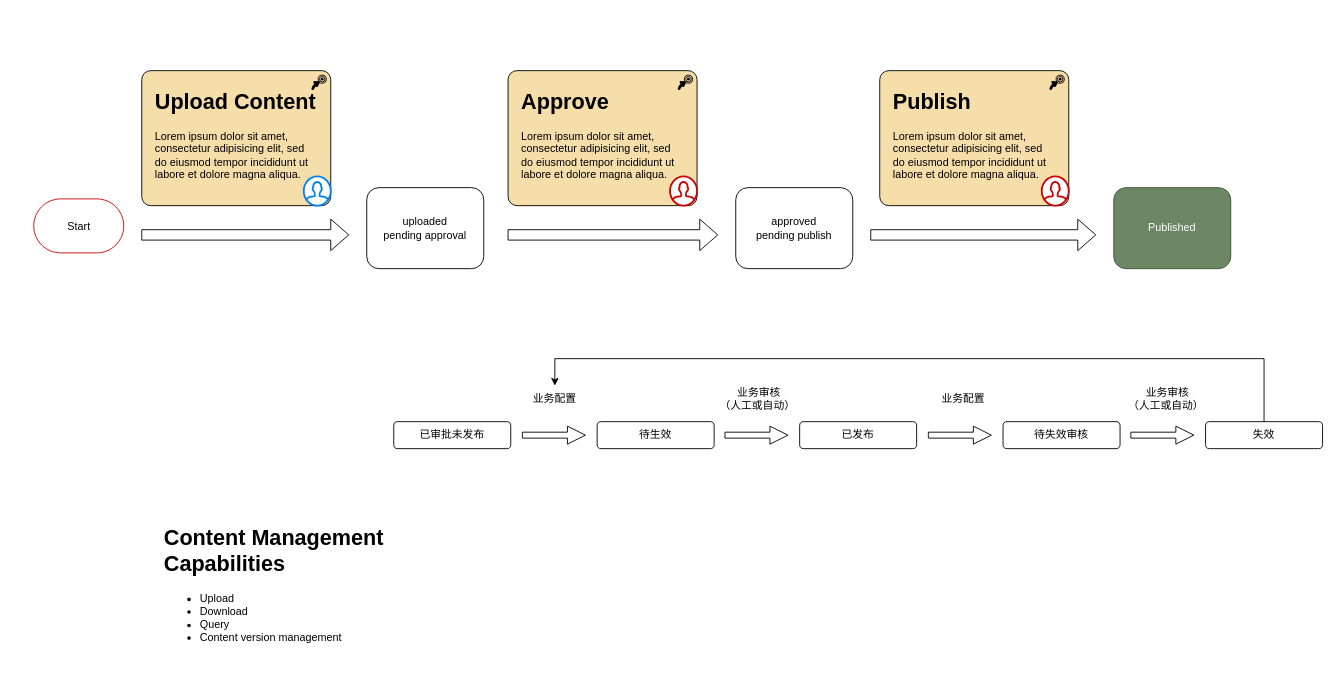
Above: page "Uploading Flow" (2 of 2) of Mid Layer Platform Content Business Flow.drawio in sotheair/designs (draw.io), before the change. Source tidied: cells renumbered, new cells numbered last; positions are measured from the earlier drawing's top-left corner, leaving out a move shared by most shapes. Both pictures are drawn from the tidied source at 90%, with x=0, y=0 at pixel (33, 70).
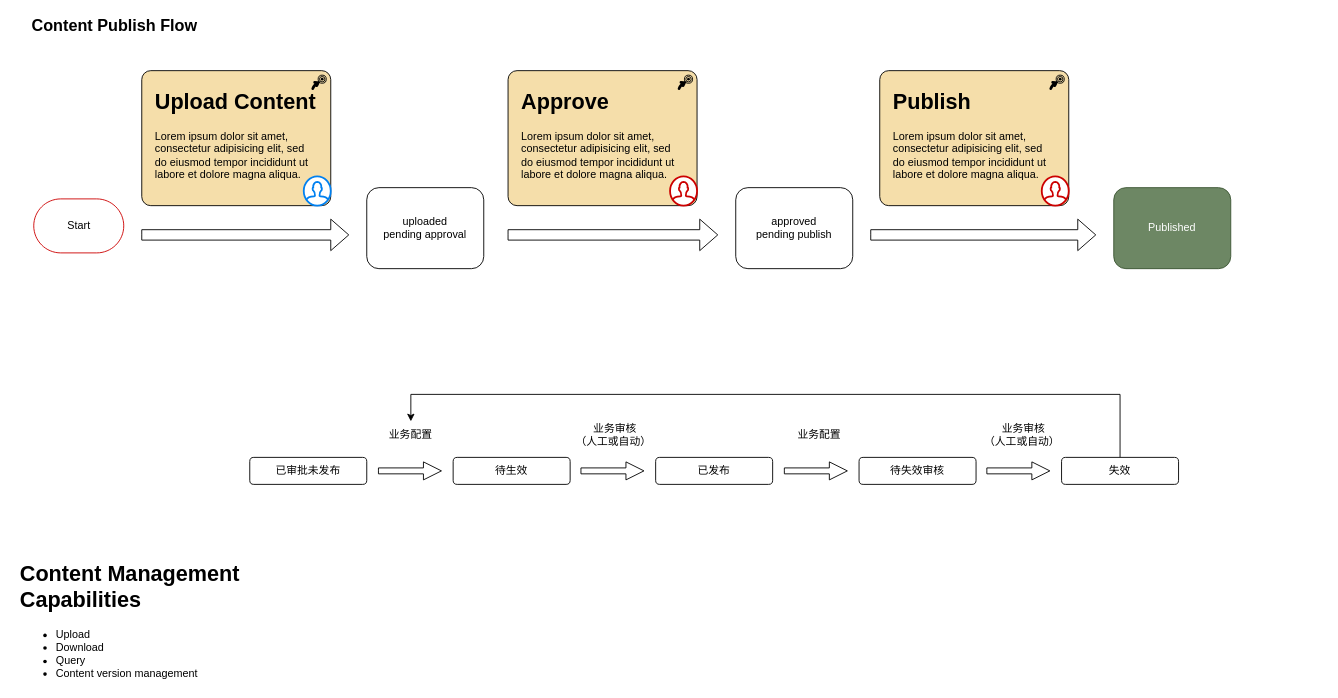
The same page after the edit.

What changed in the source:
```diff
@@
     <mxCell id="4" value="已审批未发布" style="rounded=1;whiteSpace=wrap;html=1;" parent="1" vertex="1">
-      <mxGeometry x="400" y="390" width="130" height="30" as="geometry" />
+      <mxGeometry x="240" y="429.7" width="130" height="30" as="geometry" />
     </mxCell>
@@
     <mxCell id="6" value="已发布" style="rounded=1;whiteSpace=wrap;html=1;" parent="1" vertex="1">
-      <mxGeometry x="851" y="390" width="130" height="30" as="geometry" />
+      <mxGeometry x="691" y="429.7" width="130" height="30" as="geometry" />
     </mxCell>
     <mxCell id="7" value="业务配置" style="text;html=1;strokeColor=none;fillColor=none;align=center;verticalAlign=middle;whiteSpace=wrap;rounded=0;" parent="1" vertex="1">
-      <mxGeometry x="534" y="350" width="90" height="30" as="geometry" />
+      <mxGeometry x="374" y="389.7" width="90" height="30" as="geometry" />
     </mxCell>
     <mxCell id="8" style="html=1;shadow=0;dashed=0;align=center;verticalAlign=middle;shape=mxgraph.arrows2.arrow;dy=0.67;dx=20;notch=0;" parent="1" vertex="1">
-      <mxGeometry x="543" y="395" width="70" height="20" as="geometry" />
+      <mxGeometry x="383" y="434.7" width="70" height="20" as="geometry" />
     </mxCell>
     <mxCell id="9" value="待生效" style="rounded=1;whiteSpace=wrap;html=1;" parent="1" vertex="1">
-      <mxGeometry x="626" y="390" width="130" height="30" as="geometry" />
+      <mxGeometry x="466" y="429.7" width="130" height="30" as="geometry" />
     </mxCell>
     <mxCell id="10" style="html=1;shadow=0;dashed=0;align=center;verticalAlign=middle;shape=mxgraph.arrows2.arrow;dy=0.67;dx=20;notch=0;" parent="1" vertex="1">
-      <mxGeometry x="768" y="395" width="70" height="20" as="geometry" />
+      <mxGeometry x="608" y="434.7" width="70" height="20" as="geometry" />
     </mxCell>
     <mxCell id="11" value="业务审核&lt;br&gt;（人工或自动）&amp;nbsp;" style="text;html=1;strokeColor=none;fillColor=none;align=center;verticalAlign=middle;whiteSpace=wrap;rounded=0;" parent="1" vertex="1">
-      <mxGeometry x="755" y="350" width="102" height="30" as="geometry" />
+      <mxGeometry x="595" y="389.7" width="102" height="30" as="geometry" />
     </mxCell>
     <mxCell id="12" style="edgeStyle=orthogonalEdgeStyle;rounded=0;jettySize=auto;html=1;exitX=0.5;exitY=0;exitDx=0;exitDy=0;entryX=0.5;entryY=0;entryDx=0;entryDy=0;" parent="1" edge="1" source="13" target="7">
       <mxGeometry relative="1" as="geometry">
         <Array as="points">
-          <mxPoint x="1367" y="320" />
-          <mxPoint x="579" y="320" />
+          <mxPoint x="1207" y="359.7" />
+          <mxPoint x="419" y="359.7" />
         </Array>
       </mxGeometry>
     </mxCell>
     <mxCell id="13" value="失效" style="rounded=1;whiteSpace=wrap;html=1;" parent="1" vertex="1">
-      <mxGeometry x="1302" y="390" width="130" height="30" as="geometry" />
+      <mxGeometry x="1142" y="429.7" width="130" height="30" as="geometry" />
     </mxCell>
     <mxCell id="14" style="html=1;shadow=0;dashed=0;align=center;verticalAlign=middle;shape=mxgraph.arrows2.arrow;dy=0.67;dx=20;notch=0;" parent="1" vertex="1">
-      <mxGeometry x="994" y="395" width="70" height="20" as="geometry" />
+      <mxGeometry x="834" y="434.7" width="70" height="20" as="geometry" />
     </mxCell>
     <mxCell id="15" value="业务配置" style="text;html=1;strokeColor=none;fillColor=none;align=center;verticalAlign=middle;whiteSpace=wrap;rounded=0;" parent="1" vertex="1">
-      <mxGeometry x="982" y="350" width="102" height="30" as="geometry" />
+      <mxGeometry x="822" y="389.7" width="102" height="30" as="geometry" />
     </mxCell>
     <mxCell id="16" style="html=1;shadow=0;dashed=0;align=center;verticalAlign=middle;shape=mxgraph.arrows2.arrow;dy=0.67;dx=20;notch=0;" parent="1" vertex="1">
-      <mxGeometry x="1219" y="395" width="70" height="20" as="geometry" />
+      <mxGeometry x="1059" y="434.7" width="70" height="20" as="geometry" />
     </mxCell>
     <mxCell id="17" value="业务审核&lt;br&gt;（人工或自动）&amp;nbsp;" style="text;html=1;strokeColor=none;fillColor=none;align=center;verticalAlign=middle;whiteSpace=wrap;rounded=0;" parent="1" vertex="1">
-      <mxGeometry x="1209" y="350" width="102" height="30" as="geometry" />
+      <mxGeometry x="1049" y="389.7" width="102" height="30" as="geometry" />
     </mxCell>
     <mxCell id="18" value="待失效审核" style="rounded=1;whiteSpace=wrap;html=1;" parent="1" vertex="1">
-      <mxGeometry x="1077" y="390" width="130" height="30" as="geometry" />
+      <mxGeometry x="917" y="429.7" width="130" height="30" as="geometry" />
     </mxCell>
     <mxCell id="19" value="&lt;h1&gt;Content Management Capabilities&lt;/h1&gt;&lt;p&gt;&lt;ul&gt;&lt;li&gt;Upload&lt;/li&gt;&lt;li&gt;Download&lt;/li&gt;&lt;li&gt;Query&lt;/li&gt;&lt;li&gt;Content version management&lt;/li&gt;&lt;/ul&gt;&lt;/p&gt;" style="text;html=1;strokeColor=none;fillColor=none;spacing=5;spacingTop=-20;whiteSpace=wrap;overflow=hidden;rounded=0;" parent="1" vertex="1">
-      <mxGeometry x="140" y="500" width="340" height="140" as="geometry" />
+      <mxGeometry x="-20" y="539.7" width="340" height="140" as="geometry" />
     </mxCell>
@@
+    <mxCell id="33" value="&lt;font style=&quot;font-size: 18px&quot;&gt;&lt;b&gt;Content Publish Flow&lt;/b&gt;&lt;/font&gt;" style="text;html=1;strokeColor=none;fillColor=none;align=center;verticalAlign=middle;whiteSpace=wrap;rounded=0;" parent="1" vertex="1">
+      <mxGeometry x="-20" y="-60" width="220" height="20" as="geometry" />
+    </mxCell>
```
